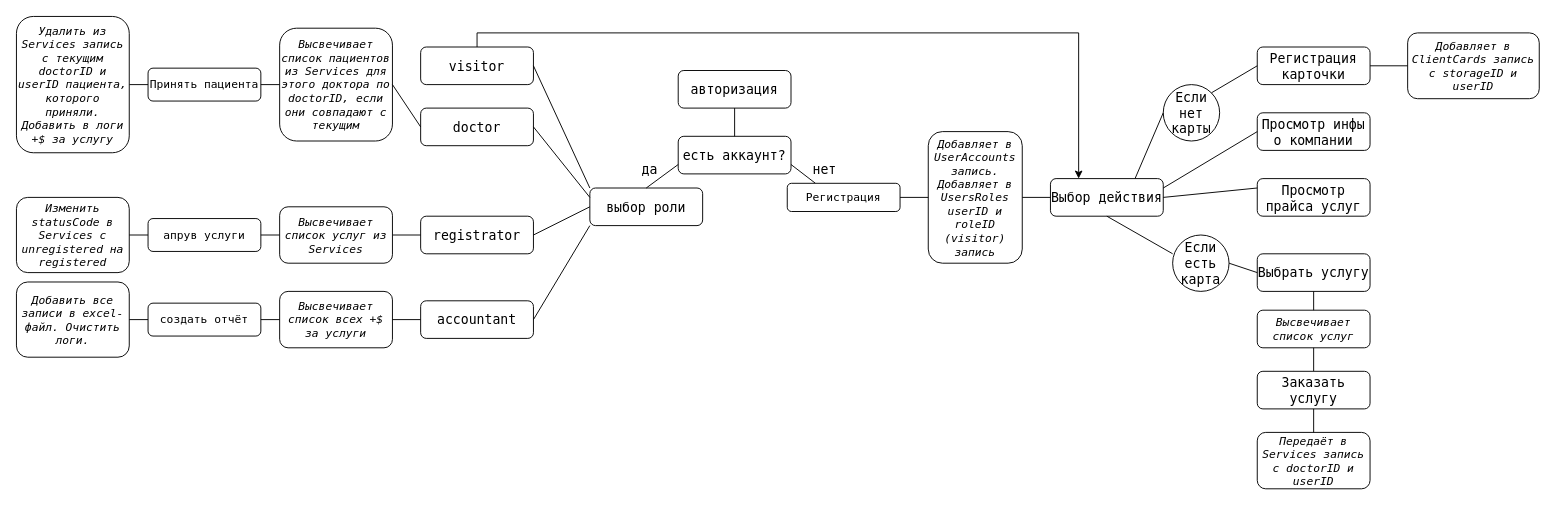
Tim-Abozny/DbManagmentSystem keeps this draw.io diagram as dbProjecting.drawio. Above is the earlier version. Source tidied: cells renumbered, new cells numbered last; positions are measured from the earlier drawing's top-left corner, leaving out a move shared by most shapes. Both pictures are drawn from the tidied source at 94%, with x=0, y=0 at pixel (16, 16).
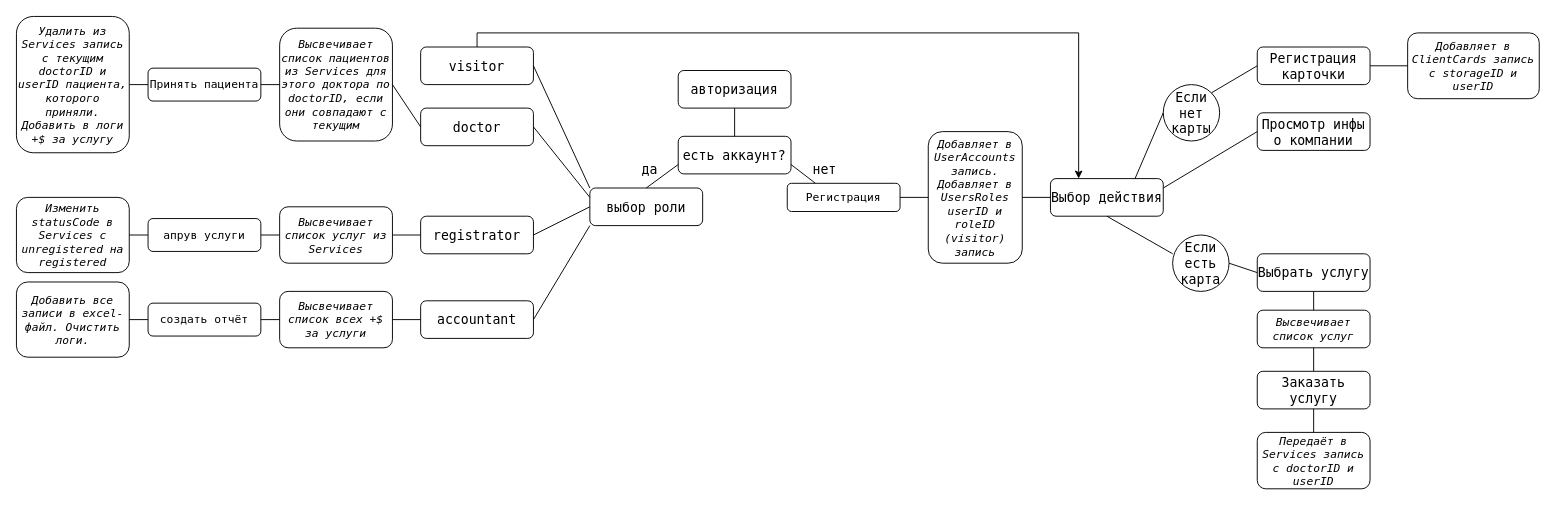
The same page after the edit.

Unchanged cells that the change refers to:
```xml
<mxCell id="8" value="Выбор действия" style="rounded=1;whiteSpace=wrap;html=1;fontFamily=Lucida Console;fontSize=14;" parent="1" vertex="1">
  <mxGeometry x="1100" y="172.5" width="120" height="40" as="geometry" />
</mxCell>
```

The edit, as a diff of the source:
```diff
@@
-    <mxCell id="13" value="&lt;font face=&quot;Lucida Console&quot;&gt;&lt;span style=&quot;font-size: 14px;&quot;&gt;Просмотр прайса услуг&lt;/span&gt;&lt;/font&gt;" style="rounded=1;whiteSpace=wrap;html=1;" parent="1" vertex="1">
-      <mxGeometry x="1320" y="172.5" width="120" height="40" as="geometry" />
-    </mxCell>
@@
-    <mxCell id="23" style="endArrow=none;html=1;rounded=0;fontFamily=Lucida Console;fontSize=14;entryX=0;entryY=0.25;entryDx=0;entryDy=0;exitX=1;exitY=0.5;exitDx=0;exitDy=0;" parent="1" edge="1" source="8" target="13">
-      <mxGeometry relative="1" as="geometry" />
-    </mxCell>
```
